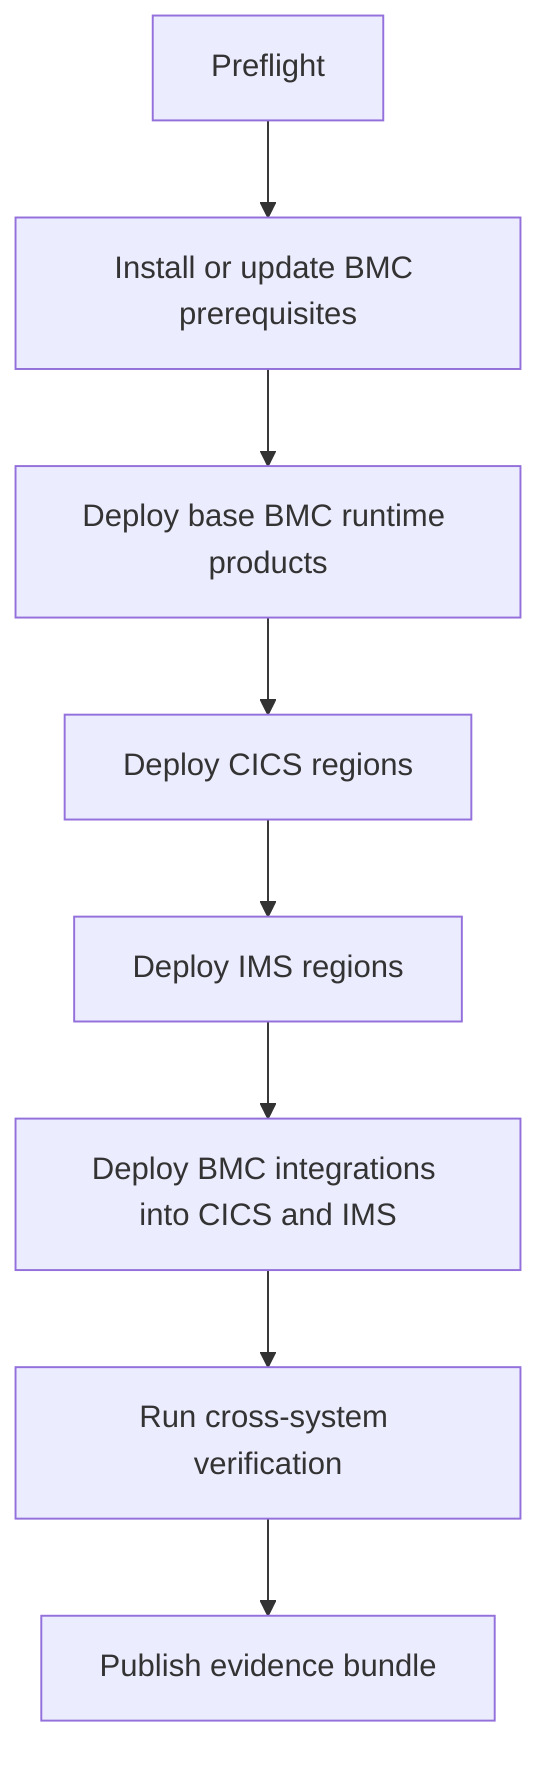
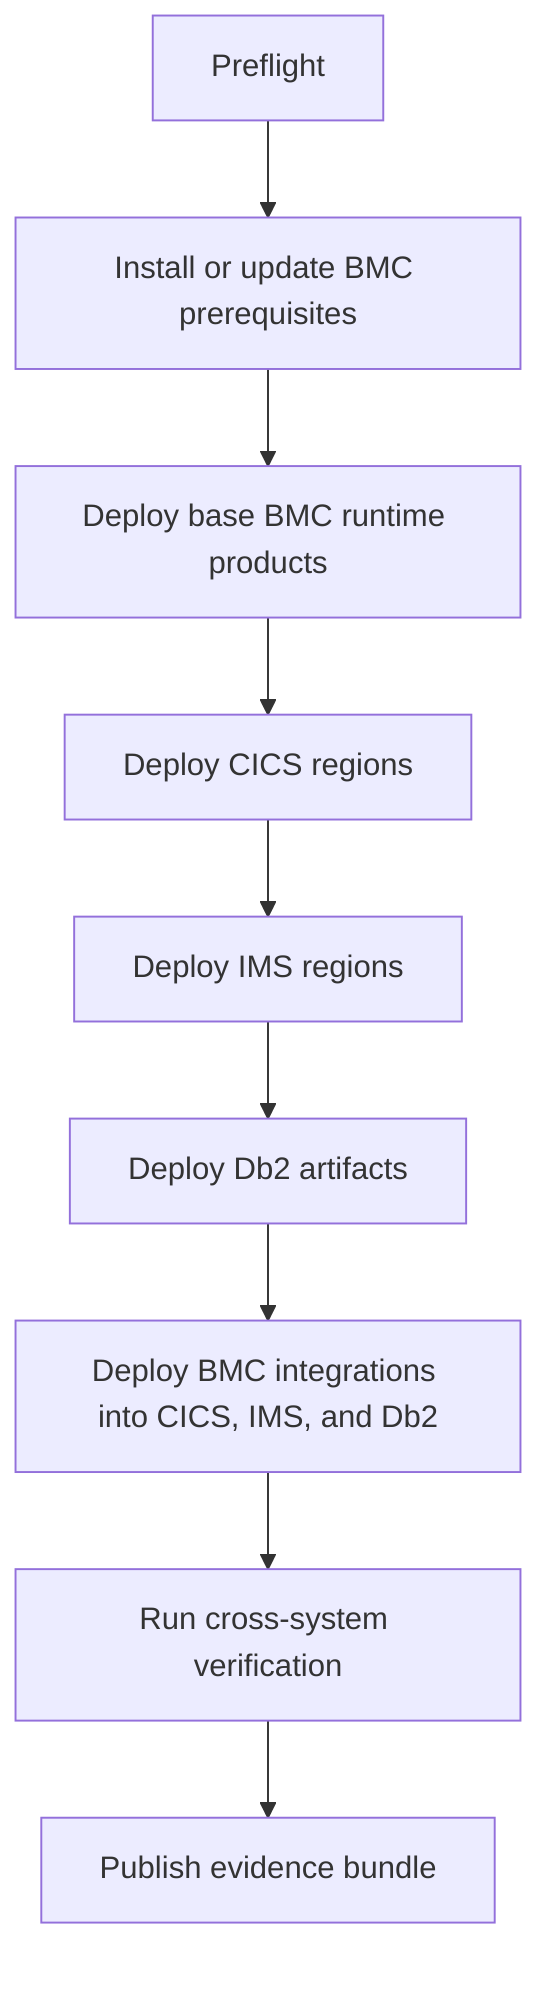
flowchart TD
    A["Preflight"] --> B["Install or update BMC prerequisites"]
    B --> C["Deploy base BMC runtime products"]
    C --> D["Deploy CICS regions"]
    D --> E["Deploy IMS regions"]
-     E --> F["Deploy BMC integrations into CICS and IMS"]
-     F --> G["Run cross-system verification"]
-     G --> H["Publish evidence bundle"]
+     E --> F["Deploy Db2 artifacts"]
+     F --> G["Deploy BMC integrations into CICS, IMS, and Db2"]
+     G --> H["Run cross-system verification"]
+     H --> I["Publish evidence bundle"]
